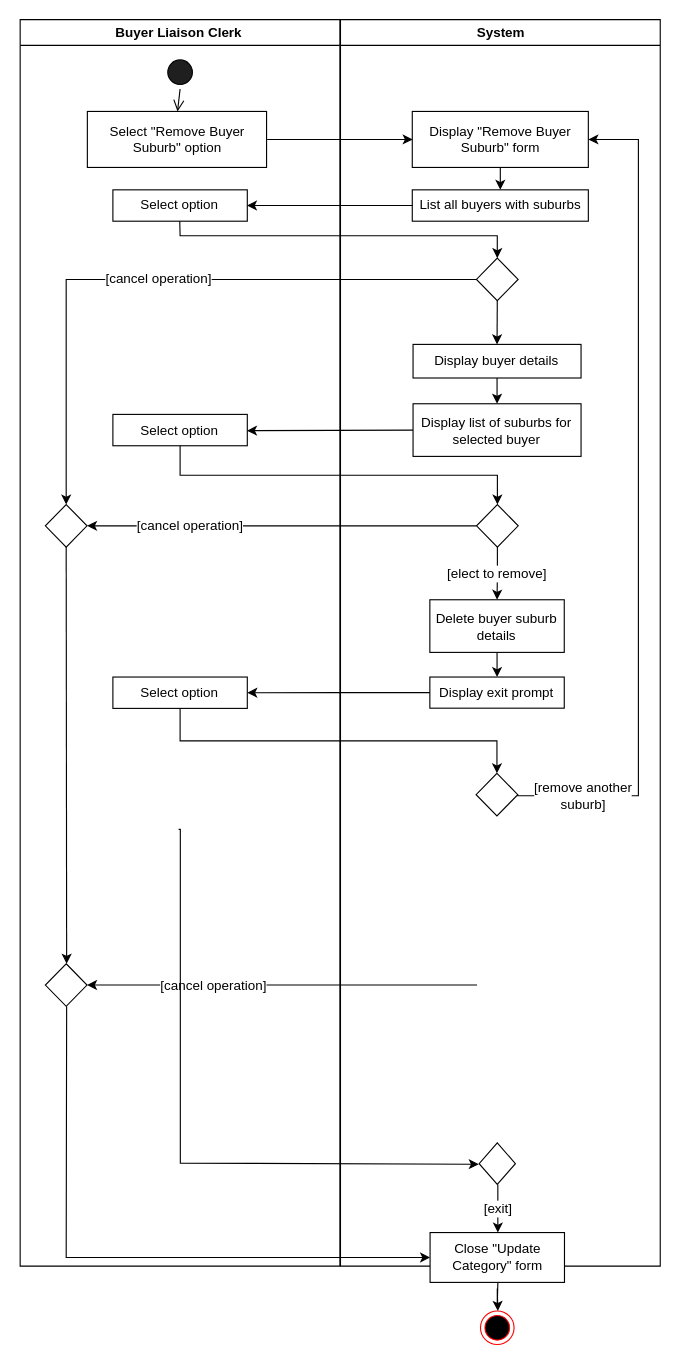
Before: 14 Remove Buyer Suburb.drawio in aliceypuff/5607_UML-diagrams, a draw.io diagram. Source tidied: cells renumbered, new cells numbered last; positions are measured from the earlier drawing's top-left corner, leaving out a move shared by most shapes. Both pictures are drawn from the tidied source at 112%, with x=0, y=0 at pixel (19, 19).
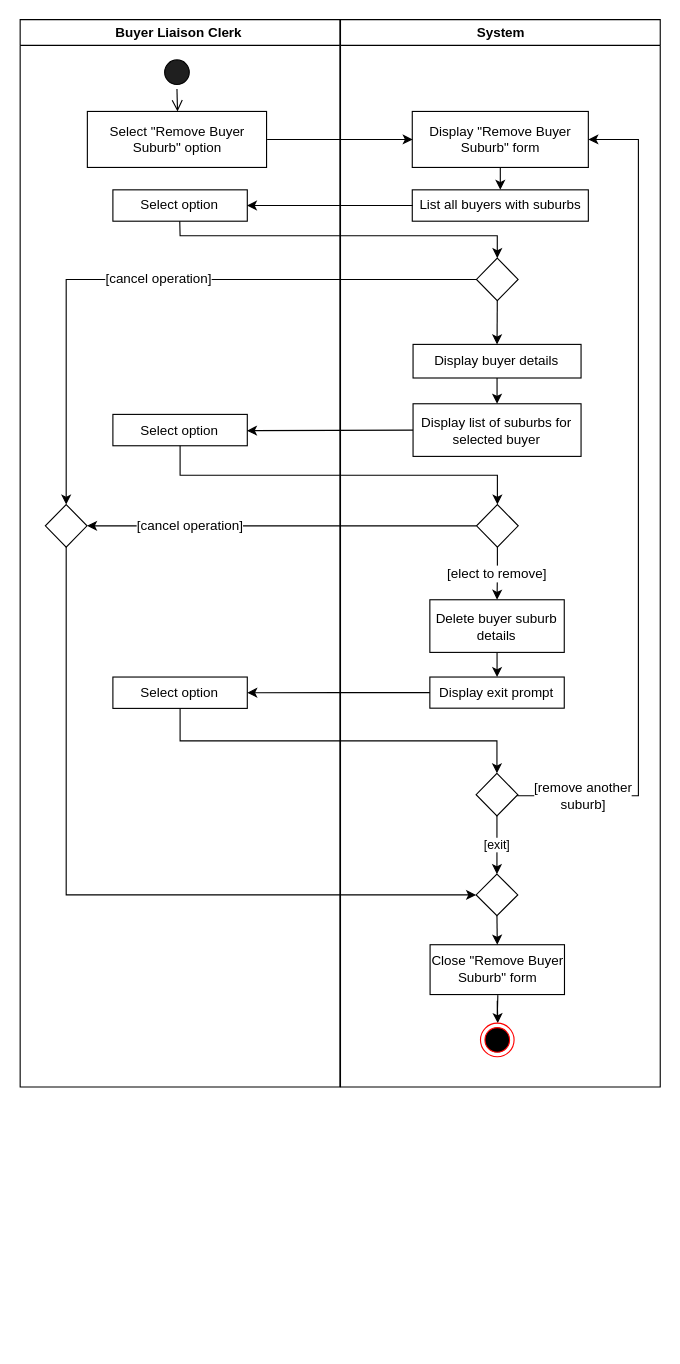
After the change.

Unchanged cells that the change refers to:
```xml
<mxCell id="5" value="Select &quot;Remove Buyer Suburb&quot; option" style="rounded=0;whiteSpace=wrap;snapToPoint=1;" parent="2" vertex="1">
  <mxGeometry x="60" y="82" width="160" height="50" as="geometry" />
</mxCell>
<mxCell id="9" style="rhombus;whiteSpace=wrap;html=1;rounded=0;snapToPoint=1;" parent="2" vertex="1">
  <mxGeometry x="22.5" y="433" width="37.2" height="38" as="geometry" />
</mxCell>
<mxCell id="32" style="rhombus;whiteSpace=wrap;html=1;rounded=0;snapToPoint=1;" parent="12" vertex="1">
  <mxGeometry x="121.1" y="673" width="37.2" height="38" as="geometry" />
</mxCell>
```

Diff of the diagram source:
```diff
@@
     <mxCell id="2" value="Buyer Liaison Clerk " style="swimlane;whiteSpace=wrap;rounded=0;" parent="1" vertex="1">
-      <mxGeometry x="0.5" width="285.5" height="1113" as="geometry" />
+      <mxGeometry x="0.5" width="285.5" height="953" as="geometry" />
     </mxCell>
     <mxCell id="3" style="ellipse;shape=startState;rounded=0;whiteSpace=wrap;fillColor=#1F1F1F;snapToPoint=1;" parent="2" vertex="1">
-      <mxGeometry x="127.8" y="32" width="30" height="30" as="geometry" />
+      <mxGeometry x="125" y="32" width="30" height="30" as="geometry" />
     </mxCell>
-    <mxCell id="4" style="edgeStyle=elbowEdgeStyle;elbow=horizontal;verticalAlign=bottom;endArrow=open;endSize=8;endFill=1;rounded=0;exitX=0.5;exitY=1;exitDx=0;exitDy=0;snapToPoint=1;" parent="2" edge="1" source="3" target="5">
+    <mxCell id="4" style="edgeStyle=elbowEdgeStyle;elbow=horizontal;verticalAlign=bottom;endArrow=open;endSize=8;endFill=1;rounded=0;exitX=0.5;exitY=1;exitDx=0;exitDy=0;snapToPoint=1;entryX=0.5;entryY=0;entryDx=0;entryDy=0;" parent="2" edge="1" source="3" target="5">
       <mxGeometry x="100" y="40" as="geometry" />
     </mxCell>
@@
-    <mxCell id="7" style="rhombus;whiteSpace=wrap;html=1;rounded=0;arcSize=20;fixedWidth=0;snapToPoint=1;" parent="2" vertex="1">
-      <mxGeometry x="22.5" y="843" width="37.2" height="38" as="geometry" />
-    </mxCell>
-    <mxCell id="8" style="edgeStyle=orthogonalEdgeStyle;rounded=0;jettySize=auto;html=1;exitX=0.5;exitY=1;exitDx=0;exitDy=0;fontFamily=Helvetica;fontSize=12;fontColor=default;snapToPoint=1;" parent="2" edge="1" source="9" target="7">
-      <mxGeometry relative="1" as="geometry" />
-    </mxCell>
@@
     <mxCell id="12" value="System" style="swimlane;whiteSpace=wrap;rounded=0;" parent="1" vertex="1">
-      <mxGeometry x="286.5" width="285.5" height="1113" as="geometry" />
+      <mxGeometry x="286.5" width="285.5" height="953" as="geometry" />
     </mxCell>
@@
-    <mxCell id="22" style="rhombus;whiteSpace=wrap;html=1;rounded=0;snapToPoint=1;" parent="12" vertex="1">
-      <mxGeometry x="123.8" y="1003" width="32.4" height="37" as="geometry" />
-    </mxCell>
@@
-    <mxCell id="25" value="Close &quot;Update &lt;br&gt;Category&quot; form" style="whiteSpace=wrap;html=1;rounded=0;snapToPoint=1;" parent="12" vertex="1">
-      <mxGeometry x="80" y="1083" width="120" height="44.5" as="geometry" />
+    <mxCell id="25" value="Close &quot;Remove Buyer Suburb&quot; form" style="whiteSpace=wrap;html=1;rounded=0;snapToPoint=1;" parent="12" vertex="1">
+      <mxGeometry x="80" y="826" width="120" height="44.5" as="geometry" />
     </mxCell>
-    <mxCell id="26" value="[exit]" style="edgeStyle=orthogonalEdgeStyle;rounded=0;jettySize=auto;html=1;fontFamily=Helvetica;fontSize=12;fontColor=default;snapToPoint=1;" parent="12" edge="1" source="22" target="25">
-      <mxGeometry relative="1" as="geometry" />
-    </mxCell>
     <mxCell id="27" style="ellipse;html=1;shape=endState;fillColor=#000000;strokeColor=#ff0000;rounded=0;fontFamily=Helvetica;fontSize=12;fontColor=default;snapToPoint=1;" parent="12" vertex="1">
-      <mxGeometry x="125" y="1153" width="30" height="30" as="geometry" />
+      <mxGeometry x="125" y="896" width="30" height="30" as="geometry" />
     </mxCell>
@@
+    <mxCell id="26" value="[exit]" style="edgeStyle=orthogonalEdgeStyle;rounded=0;jettySize=auto;html=1;exitX=0.5;exitY=1;exitDx=0;exitDy=0;entryX=0.5;entryY=0;entryDx=0;entryDy=0;" parent="12" edge="1" source="32" target="46">
+      <mxGeometry relative="1" as="geometry" />
+    </mxCell>
@@
+    <mxCell id="45" style="edgeStyle=orthogonalEdgeStyle;rounded=0;jettySize=auto;html=1;exitX=0.5;exitY=1;exitDx=0;exitDy=0;entryX=0.5;entryY=0;entryDx=0;entryDy=0;" parent="12" edge="1" source="46" target="25">
+      <mxGeometry relative="1" as="geometry" />
+    </mxCell>
+    <mxCell id="46" style="rhombus;whiteSpace=wrap;html=1;rounded=0;snapToPoint=1;" parent="12" vertex="1">
+      <mxGeometry x="121.1" y="763" width="37.2" height="37" as="geometry" />
+    </mxCell>
@@
-    <mxCell id="36" value="[cancel operation]" style="endArrow=classic;html=1;rounded=0;fontFamily=Helvetica;fontSize=12;fontColor=default;exitX=0;exitY=0.5;exitDx=0;exitDy=0;snapToPoint=1;entryX=1;entryY=0.5;entryDx=0;entryDy=0;" parent="1" edge="1" target="7">
-      <mxGeometry x="0.35" y="1" relative="1" as="geometry">
-        <mxPoint x="408.4" y="862" as="sourcePoint" />
-      </mxGeometry>
-    </mxCell>
-    <mxCell id="37" style="edgeStyle=orthogonalEdgeStyle;rounded=0;jettySize=auto;html=1;entryX=0;entryY=0.5;entryDx=0;entryDy=0;fontFamily=Helvetica;fontSize=12;fontColor=default;snapToPoint=1;" parent="1" edge="1" source="7" target="25">
-      <mxGeometry relative="1" as="geometry">
-        <Array as="points">
-          <mxPoint x="41" y="1105" />
-        </Array>
-      </mxGeometry>
-    </mxCell>
@@
-    <mxCell id="42" style="edgeStyle=orthogonalEdgeStyle;rounded=0;jettySize=auto;html=1;snapToPoint=1;" parent="1" edge="1" target="22">
-      <mxGeometry relative="1" as="geometry">
-        <mxPoint x="142" y="723" as="sourcePoint" />
-        <Array as="points">
-          <mxPoint x="143.5" y="1021" />
-        </Array>
-      </mxGeometry>
-    </mxCell>
@@
+    <mxCell id="8" style="edgeStyle=orthogonalEdgeStyle;rounded=0;jettySize=auto;html=1;exitX=0.5;exitY=1;exitDx=0;exitDy=0;fontFamily=Helvetica;fontSize=12;fontColor=default;snapToPoint=1;entryX=0;entryY=0.5;entryDx=0;entryDy=0;" parent="1" edge="1" source="9" target="46">
+      <mxGeometry relative="1" as="geometry" />
+    </mxCell>
```
